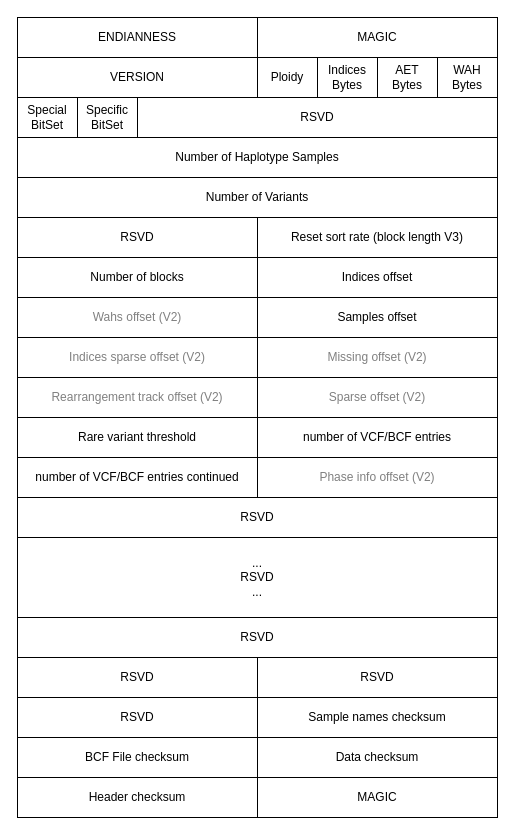
rwk-unil/xSqueezeIt keeps this draw.io diagram as images/header.drawio. Above is the earlier version. Source tidied: cells renumbered, new cells numbered last; positions are measured from the earlier drawing's top-left corner, leaving out a move shared by most shapes. Both pictures are drawn from the tidied source at 100%, with x=0, y=0 at pixel (17, 17).
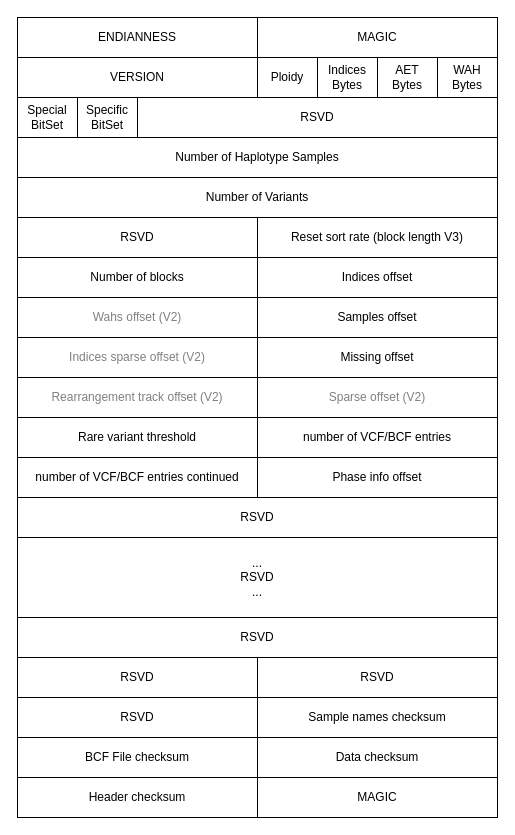
The same page after the edit.

Commit message:
Updated header diagram

Change to the diagram source:
```diff
@@
-    <mxCell id="21" value="Missing offset (V2)" style="rounded=0;whiteSpace=wrap;html=1;fontColor=#808080;" parent="1" vertex="1">
+    <mxCell id="21" value="&lt;font color=&quot;#000000&quot;&gt;Missing offset&lt;/font&gt;" style="rounded=0;whiteSpace=wrap;html=1;fontColor=#808080;" parent="1" vertex="1">
       <mxGeometry x="240" y="320" width="240" height="40" as="geometry" />
     </mxCell>
@@
-    <mxCell id="27" value="Phase info offset (V2)" style="rounded=0;whiteSpace=wrap;html=1;fontColor=#808080;" parent="1" vertex="1">
+    <mxCell id="27" value="&lt;font color=&quot;#000000&quot;&gt;Phase info offset&lt;/font&gt;" style="rounded=0;whiteSpace=wrap;html=1;fontColor=#808080;" parent="1" vertex="1">
       <mxGeometry x="240" y="440" width="240" height="40" as="geometry" />
     </mxCell>
```
